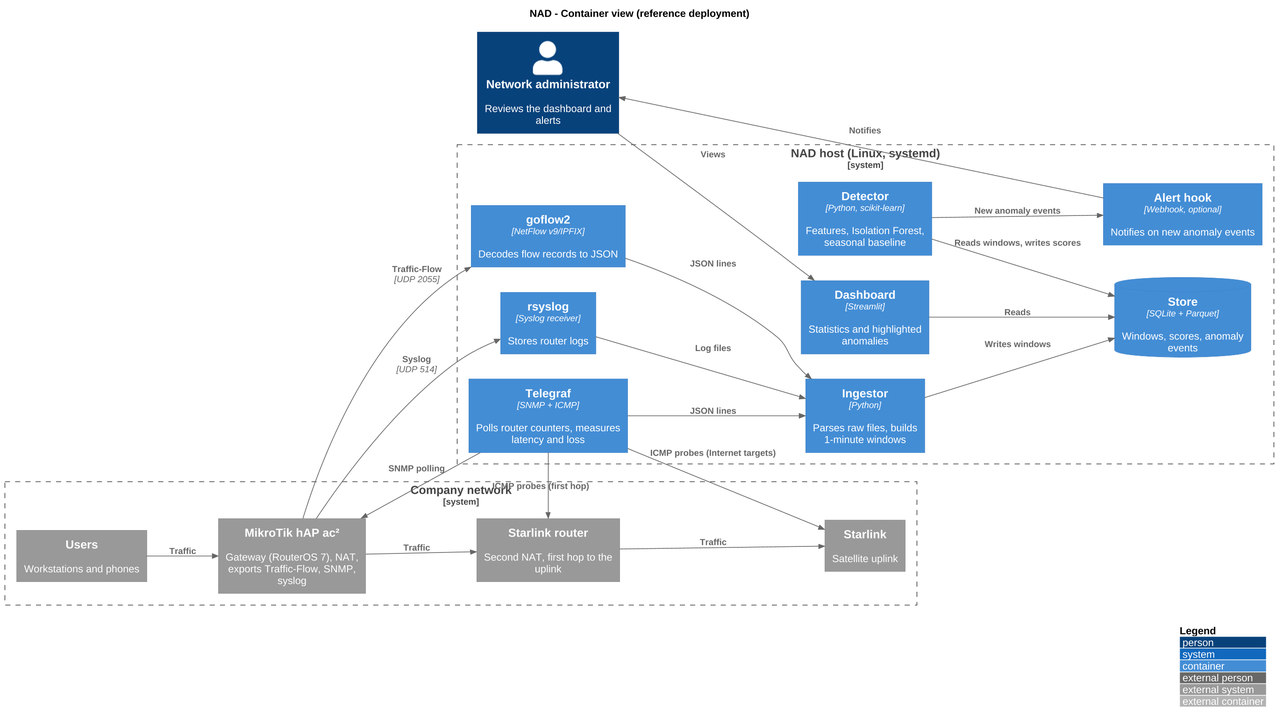
RStephanH/NAD keeps this PlantUML diagram as docs/diagrams/nad-containers.png. Above is the earlier version.
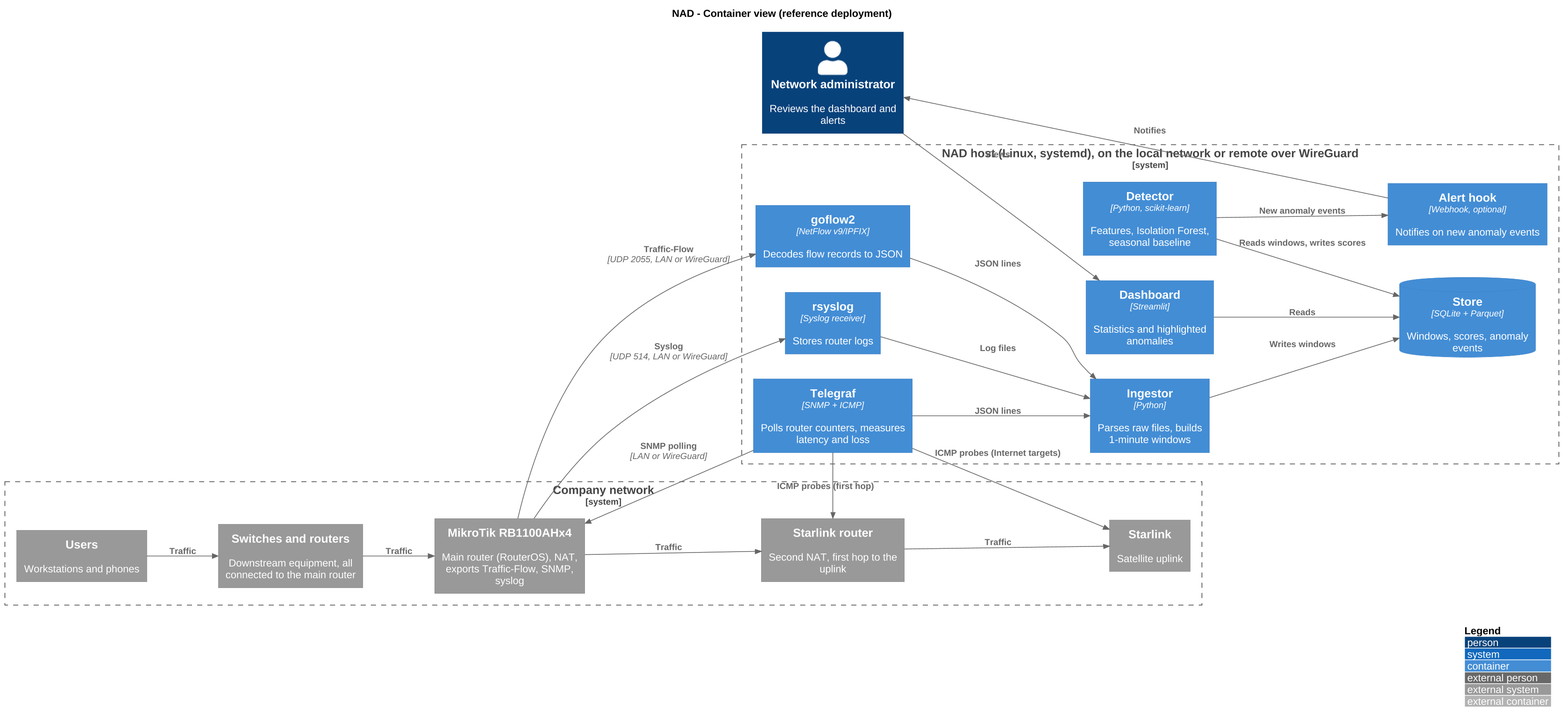
After the change.

Commit message:
docs: document VPS-hosted NAD architecture over WireGuard

What changed in the source:
```diff
@@ -10,12 +10,13 @@
 
 System_Boundary(site, "Company network") {
   System_Ext(users, "Users", "Workstations and phones")
-  System_Ext(gateway, "MikroTik hAP ac²", "Gateway (RouterOS 7), NAT, exports Traffic-Flow, SNMP, syslog")
+  System_Ext(lan, "Switches and routers", "Downstream equipment, all connected to the main router")
+  System_Ext(gateway, "MikroTik RB1100AHx4", "Main router (RouterOS), NAT, exports Traffic-Flow, SNMP, syslog")
   System_Ext(slrouter, "Starlink router", "Second NAT, first hop to the uplink")
   System_Ext(uplink, "Starlink", "Satellite uplink")
 }
 
-System_Boundary(nad, "NAD host (Linux, systemd)") {
+System_Boundary(nad, "NAD host (Linux, systemd), on the local network or remote over WireGuard") {
   Container(telegraf, "Telegraf", "SNMP + ICMP", "Polls router counters, measures latency and loss")
   Container(goflow, "goflow2", "NetFlow v9/IPFIX", "Decodes flow records to JSON")
   Container(rsyslog, "rsyslog", "Syslog receiver", "Stores router logs")
@@ -26,15 +27,16 @@
   Container(alerts, "Alert hook", "Webhook, optional", "Notifies on new anomaly events")
 }
 
-Rel(users, gateway, "Traffic")
+Rel(users, lan, "Traffic")
+Rel(lan, gateway, "Traffic")
 Rel(gateway, slrouter, "Traffic")
 Rel(slrouter, uplink, "Traffic")
 
-Rel(telegraf, gateway, "SNMP polling")
+Rel(telegraf, gateway, "SNMP polling", "LAN or WireGuard")
 Rel(telegraf, slrouter, "ICMP probes (first hop)")
 Rel(telegraf, uplink, "ICMP probes (Internet targets)")
-Rel(gateway, goflow, "Traffic-Flow", "UDP 2055")
-Rel(gateway, rsyslog, "Syslog", "UDP 514")
+Rel(gateway, goflow, "Traffic-Flow", "UDP 2055, LAN or WireGuard")
+Rel(gateway, rsyslog, "Syslog", "UDP 514, LAN or WireGuard")
 
 Rel(telegraf, ingest, "JSON lines")
 Rel(goflow, ingest, "JSON lines")
```
